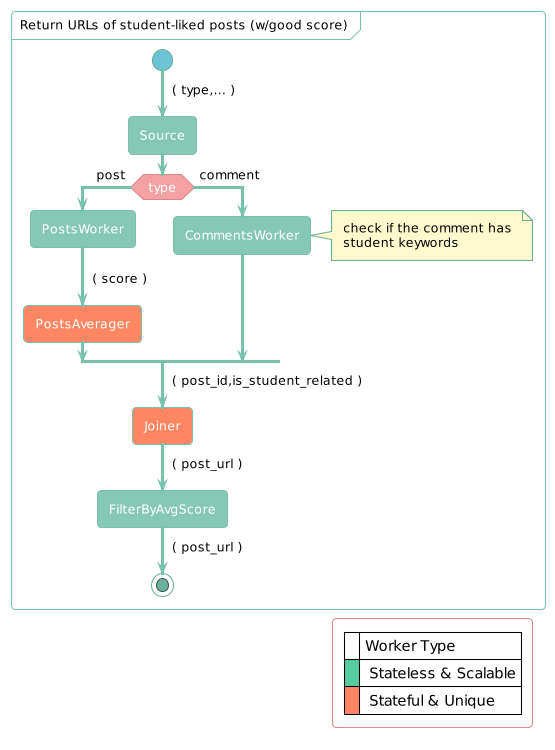
FdelMazo/7574-Distribuidos keeps this PlantUML diagram as TP2/informe/diagrams/studentposts.png. Above is the earlier version.
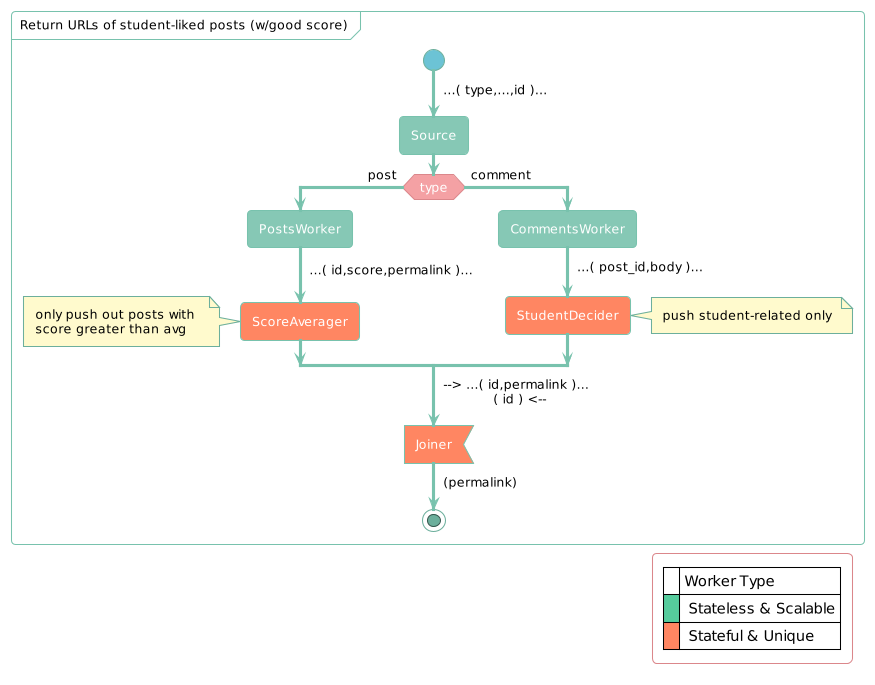
The same diagram one commit later.

What changed in the source:
```diff
@@ -16,25 +16,27 @@
 
 partition "Return URLs of student-liked posts (w/good score)" {
   start
-  -> ( type,... );
+  -> ...( type,...,id )...;
   :Source;
   if (type) then (post)
-      :PostsWorker;
-      -> ( score );
-    #ff8662 :PostsAverager;
-      -> ( score_avg );
+    :PostsWorker;
+    -> ...( id,score,permalink )...;
+    #ff8662 :ScoreAverager;
+    note left
+      only push out posts with
+      score greater than avg
+    endnote
   else (comment)
     :CommentsWorker;
+    -> ...( post_id,body )...;
+   #ff8662 :StudentDecider;
     note right
-      check if the comment has
-      student keywords
+      push student-related only
     endnote
   endif
-  -> ( post_id,is_student_related );
-  #ff8662 :Joiner;
-  -> ( post_url );
-  :FilterByAvgScore;
-  -> ( post_url );
+    -> --> ...( id,permalink )... \n            ( id ) <--;
+  #ff8662 :Joiner<
+  -> (permalink);
   stop
 
   legend bottom right
```
